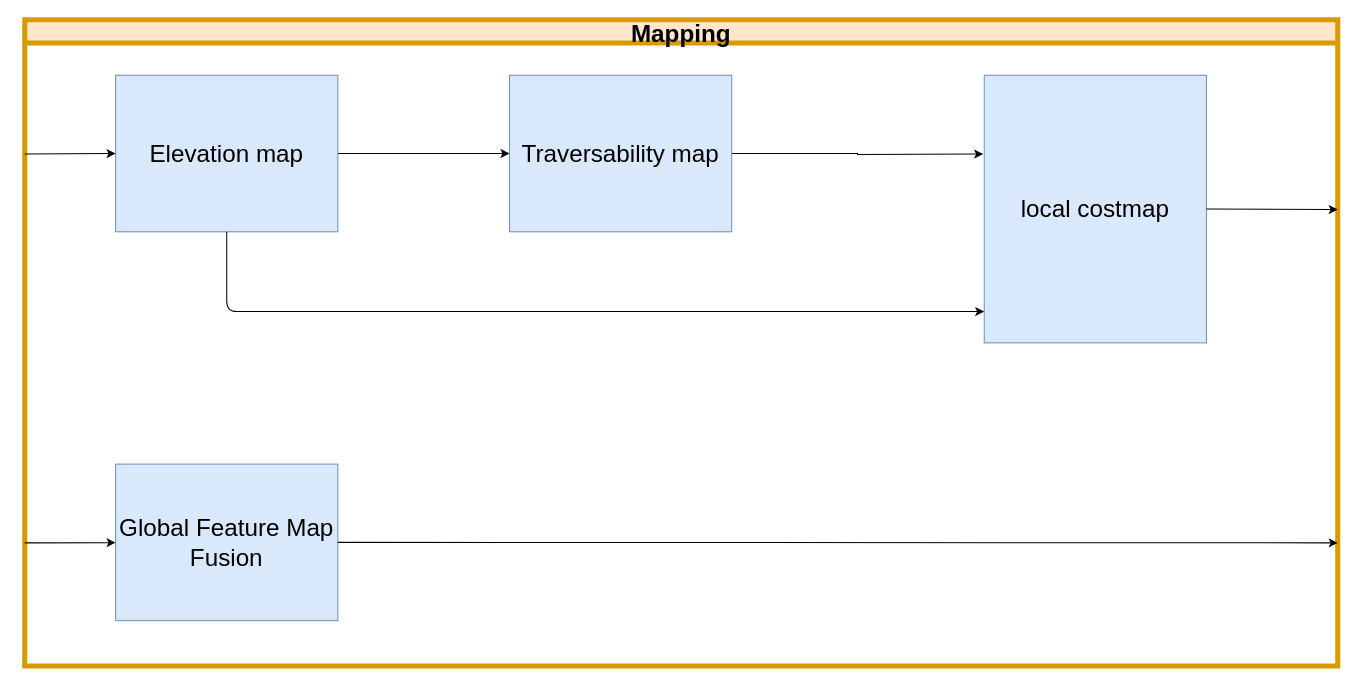
The draw.io diagram page "Mapping" (3 of 3) of TestNav.drawio in ipa-dmo/ipa_outdoor_docu, before the edit. Source tidied: cells renumbered, new cells numbered last; positions are measured from the earlier drawing's top-left corner, leaving out a move shared by most shapes. Both pictures are drawn from the tidied source at 101%, with x=0, y=0 at pixel (24, 19).
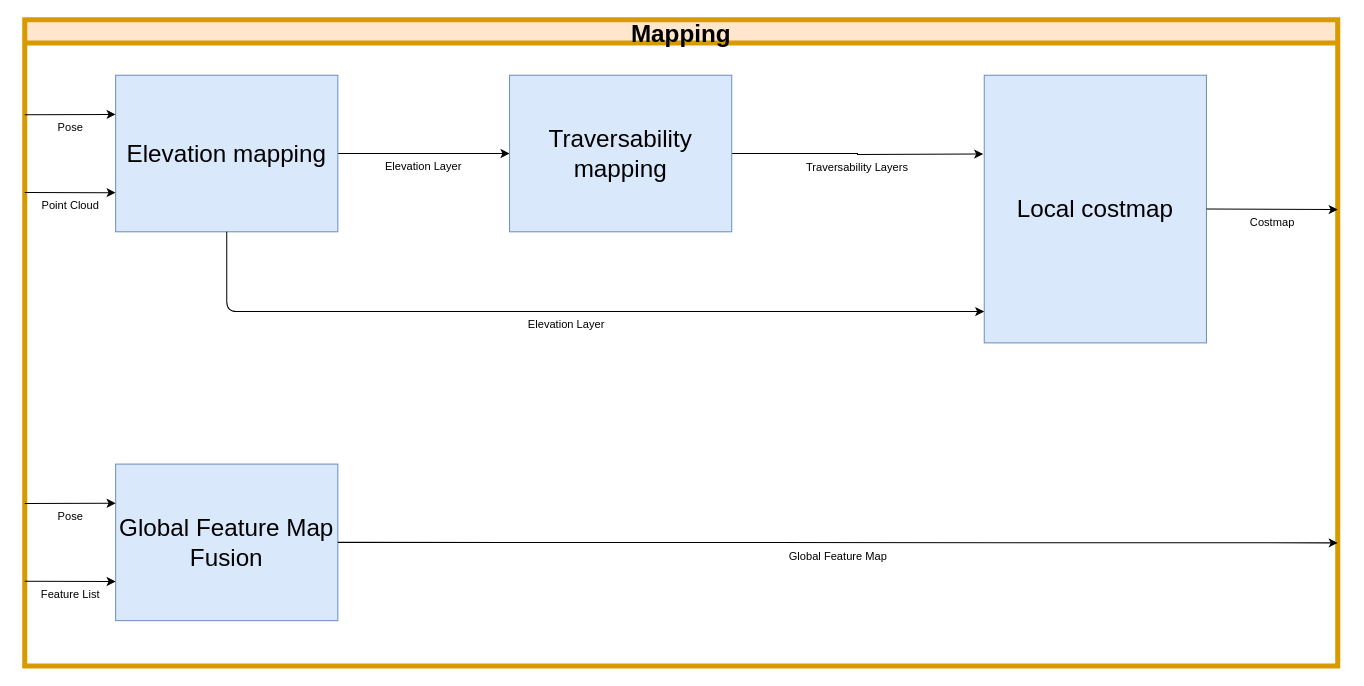
The same diagram, later.

Commit message (it also covers changes not shown here):
Add signal names in mapping

The change refers to these unchanged cells:
```xml
<mxCell id="2" value="Mapping" style="swimlane;fillColor=#ffe6cc;strokeColor=#d79b00;fontSize=24;strokeWidth=5;" parent="1" vertex="1">
  <mxGeometry width="1300" height="640" as="geometry" />
</mxCell>
<mxCell id="10" value="&lt;font style=&quot;font-size: 24px&quot;&gt;Global Feature Map Fusion&lt;/font&gt;" style="whiteSpace=wrap;html=1;fillColor=#dae8fc;strokeColor=#6c8ebf;" parent="2" vertex="1">
  <mxGeometry x="90" y="440" width="220" height="155" as="geometry" />
</mxCell>
```

Change to the diagram source:
```diff
@@
-    <mxCell id="3" style="edgeStyle=orthogonalEdgeStyle;rounded=0;jettySize=auto;html=0;verticalAlign=top;" parent="2" edge="1" source="4" target="6">
+    <mxCell id="3" value="Elevation Layer" style="edgeStyle=orthogonalEdgeStyle;rounded=0;jettySize=auto;html=0;verticalAlign=top;" parent="2" edge="1" source="4" target="6">
       <mxGeometry relative="1" as="geometry" />
     </mxCell>
-    <mxCell id="4" value="&lt;font style=&quot;font-size: 24px&quot;&gt;Elevation map&lt;/font&gt;" style="whiteSpace=wrap;html=1;fillColor=#dae8fc;strokeColor=#6c8ebf;" parent="2" vertex="1">
+    <mxCell id="4" value="&lt;font style=&quot;font-size: 24px&quot;&gt;Elevation mapping&lt;/font&gt;" style="whiteSpace=wrap;html=1;fillColor=#dae8fc;strokeColor=#6c8ebf;" parent="2" vertex="1">
       <mxGeometry x="90" y="55" width="220" height="155" as="geometry" />
     </mxCell>
-    <mxCell id="5" style="edgeStyle=orthogonalEdgeStyle;rounded=0;jettySize=auto;html=0;verticalAlign=top;" parent="2" edge="1" source="6">
+    <mxCell id="5" value="Traversability Layers" style="edgeStyle=orthogonalEdgeStyle;rounded=0;jettySize=auto;html=0;verticalAlign=top;" parent="2" edge="1" source="6">
       <mxGeometry relative="1" as="geometry">
         <mxPoint x="949" y="133" as="targetPoint" />
       </mxGeometry>
     </mxCell>
-    <mxCell id="6" value="&lt;font style=&quot;font-size: 24px&quot;&gt;Traversability map&lt;/font&gt;" style="whiteSpace=wrap;html=1;fillColor=#dae8fc;strokeColor=#6c8ebf;" parent="2" vertex="1">
+    <mxCell id="6" value="&lt;font style=&quot;font-size: 24px&quot;&gt;Traversability mapping&lt;/font&gt;" style="whiteSpace=wrap;html=1;fillColor=#dae8fc;strokeColor=#6c8ebf;" parent="2" vertex="1">
       <mxGeometry x="480" y="55" width="220" height="155" as="geometry" />
     </mxCell>
-    <mxCell id="7" style="endArrow=classic;html=1;entryX=0;entryY=0.5;entryDx=0;entryDy=0;" parent="2" edge="1" target="4">
+    <mxCell id="7" value="&lt;div&gt;Point Cloud&lt;/div&gt;" style="endArrow=classic;html=1;verticalAlign=top;entryX=0;entryY=0.75;entryDx=0;entryDy=0;" parent="2" edge="1" target="4">
       <mxGeometry relative="1" as="geometry">
-        <mxPoint y="133" as="sourcePoint" />
+        <mxPoint y="171" as="sourcePoint" />
       </mxGeometry>
     </mxCell>
-    <mxCell id="8" value="&lt;font style=&quot;font-size: 24px&quot;&gt;local costmap&lt;/font&gt;" style="whiteSpace=wrap;html=1;fillColor=#dae8fc;strokeColor=#6c8ebf;" parent="2" vertex="1">
+    <mxCell id="8" value="&lt;font style=&quot;font-size: 24px&quot;&gt;Local costmap&lt;/font&gt;" style="whiteSpace=wrap;html=1;fillColor=#dae8fc;strokeColor=#6c8ebf;" parent="2" vertex="1">
       <mxGeometry x="950" y="55" width="220" height="265" as="geometry" />
     </mxCell>
-    <mxCell id="9" style="endArrow=classic;html=1;verticalAlign=top;exitX=0.5;exitY=1;exitDx=0;exitDy=0;entryX=0;entryY=0.883;entryDx=0;entryDy=0;entryPerimeter=0;edgeStyle=orthogonalEdgeStyle;" parent="2" edge="1" source="4" target="8">
+    <mxCell id="9" value="Elevation Layer" style="endArrow=classic;html=1;verticalAlign=top;exitX=0.5;exitY=1;exitDx=0;exitDy=0;entryX=0;entryY=0.883;entryDx=0;entryDy=0;entryPerimeter=0;edgeStyle=orthogonalEdgeStyle;" parent="2" edge="1" source="4" target="8">
       <mxGeometry relative="1" as="geometry" />
     </mxCell>
@@
-    <mxCell id="11" style="endArrow=classic;html=1;verticalAlign=top;exitX=1;exitY=0.5;exitDx=0;exitDy=0;" parent="2" edge="1" source="8">
+    <mxCell id="11" value="&lt;div&gt;Costmap&lt;/div&gt;" style="endArrow=classic;html=1;verticalAlign=top;exitX=1;exitY=0.5;exitDx=0;exitDy=0;" parent="2" edge="1" source="8">
       <mxGeometry relative="1" as="geometry">
         <mxPoint x="1300" y="188" as="targetPoint" />
       </mxGeometry>
     </mxCell>
-    <mxCell id="12" style="endArrow=classic;html=1;verticalAlign=top;" parent="2" edge="1" target="10">
+    <mxCell id="12" value="Feature List" style="endArrow=classic;html=1;verticalAlign=top;entryX=0;entryY=0.75;entryDx=0;entryDy=0;" parent="2" edge="1" target="10">
       <mxGeometry relative="1" as="geometry">
-        <mxPoint y="518" as="sourcePoint" />
+        <mxPoint y="556" as="sourcePoint" />
       </mxGeometry>
     </mxCell>
+    <mxCell id="14" value="&lt;div&gt;Pose&lt;/div&gt;" style="endArrow=classic;html=1;verticalAlign=top;entryX=0;entryY=0.25;entryDx=0;entryDy=0;" parent="2" edge="1" target="4">
+      <mxGeometry relative="1" as="geometry">
+        <mxPoint y="94" as="sourcePoint" />
+      </mxGeometry>
+    </mxCell>
+    <mxCell id="15" value="Pose" style="endArrow=classic;html=1;verticalAlign=top;entryX=0;entryY=0.25;entryDx=0;entryDy=0;" parent="2" edge="1" target="10">
+      <mxGeometry relative="1" as="geometry">
+        <mxPoint y="479" as="sourcePoint" />
+      </mxGeometry>
+    </mxCell>
-    <mxCell id="13" style="endArrow=classic;html=1;verticalAlign=top;exitX=1;exitY=0.5;exitDx=0;exitDy=0;" parent="1" edge="1" source="10">
+    <mxCell id="13" value="Global Feature Map" style="endArrow=classic;html=1;verticalAlign=top;exitX=1;exitY=0.5;exitDx=0;exitDy=0;" parent="1" edge="1" source="10">
       <mxGeometry relative="1" as="geometry">
         <mxPoint x="1300" y="518" as="targetPoint" />
       </mxGeometry>
     </mxCell>
```
